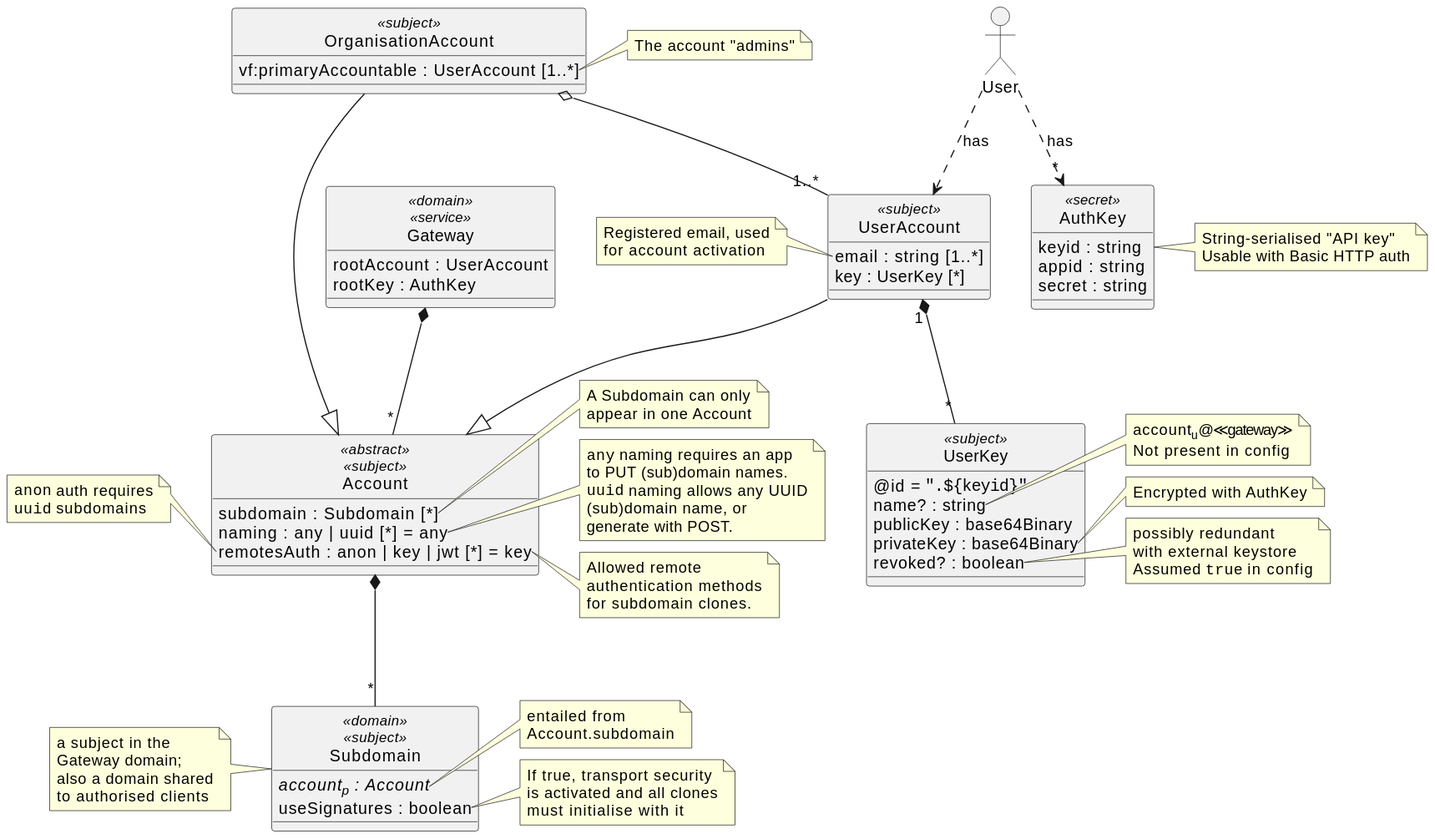
Earlier version of the PlantUML export architecture/security/img/accounts.class.svg (m-ld/m-ld-gateway).
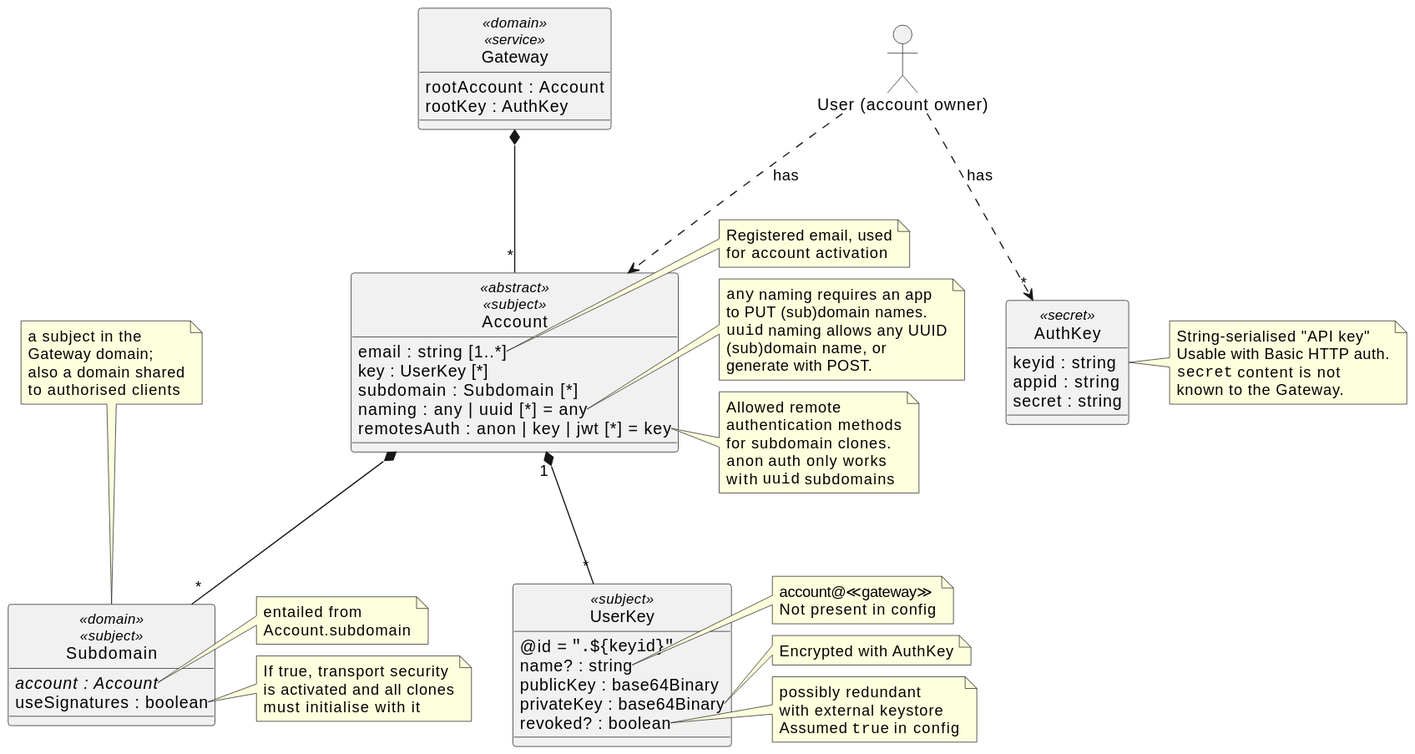
Above is the later version.

Change to the diagram source:
```diff
@@ -4,20 +4,22 @@
 allowmixing
 
 class Gateway <<domain>> <<service>> {
-  rootAccount : UserAccount
+  rootAccount : Account
   rootKey : AuthKey
 }
 
 Gateway *-- "*" Account
 
 class Account <<abstract>> <<subject>> {
+  email : string [1..*]
+  key : UserKey [*]
   subdomain : Subdomain [*]
   naming : any | uuid [*] = any
   remotesAuth : anon | key | jwt [*] = key
 }
-note right of Account::subdomain
-  A Subdomain can only
-  appear in one Account
+note right of Account::email
+  Registered email, used
+  for account activation
 end note
 note right of Account::naming
  ""any"" naming requires an app
@@ -30,42 +32,22 @@
   Allowed remote
   authentication methods
   for subdomain clones.
-end note
-note left of Account::remotesAuth
-  ""anon"" auth requires
-  ""uuid"" subdomains
+  ""anon"" auth only works
+  with ""uuid"" subdomains
 end note
 
 Account *-- "*" Subdomain
 
-actor User
+actor "User (account owner)" as User
 
-class UserAccount <<subject>> {
-  email : string [1..*]
-  key : UserKey [*]
-}
-note left of UserAccount::email
-  Registered email, used
-  for account activation
-end note
-UserAccount --|> Account
-User ..> UserAccount: has
+User ..> Account: has
 User ..> "*" AuthKey: has
 
-class OrganisationAccount <<subject>> {
-  vf:primaryAccountable : UserAccount [1..*]
-}
-note right of OrganisationAccount::vf:primaryAccountable
-  The account "admins"
-end note
-OrganisationAccount --|> Account
-OrganisationAccount o-- "1..*" UserAccount
-
 class Subdomain <<domain>> <<subject>> {
-  //account<sub>p</sub> : Account//
+  //account : Account//
   useSignatures : boolean
 }
-note left of Subdomain
+note top of Subdomain
   a subject in the
   Gateway domain;
   also a domain shared
@@ -89,7 +71,7 @@
   revoked? : boolean
 }
 note right of UserKey::name
-  account<sub>u</sub>@≪gateway≫
+  account@≪gateway≫
   Not present in config
 end note
 note right of UserKey::privateKey
@@ -101,7 +83,7 @@
   Assumed ""true"" in config
 end note
 
-UserAccount "1" *-- "*" UserKey
+Account "1" *-- "*" UserKey
 
 class AuthKey <<secret>> {
   keyid : string
@@ -110,7 +92,9 @@
 }
 note right of AuthKey
   String-serialised "API key"
-  Usable with Basic HTTP auth
+  Usable with Basic HTTP auth.
+  ""secret"" content is not
+  known to the Gateway.
 end note
 
 @enduml
```
